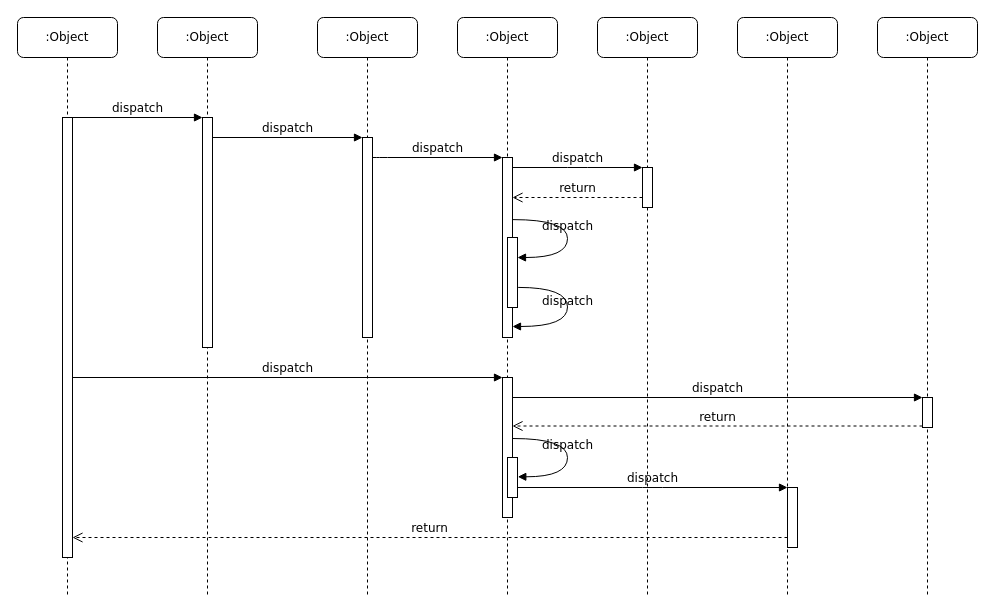
Earlier version of the draw.io diagram sequence Diagram.drawio (Arxonus/Programms). Source tidied: cells renumbered, new cells numbered last; positions are measured from the earlier drawing's top-left corner, leaving out a move shared by most shapes. Both pictures are drawn from the tidied source at 100%, with x=0, y=0 at pixel (17, 17).
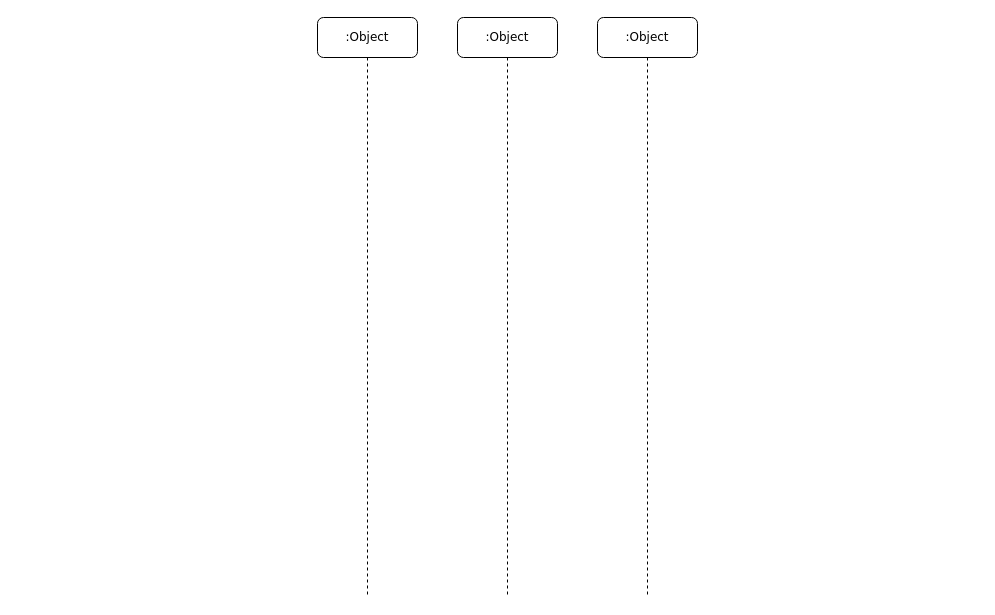
Above is the later version.

The change refers to these unchanged cells:
```xml
<mxCell id="4" value=":Object" style="shape=umlLifeline;perimeter=lifelinePerimeter;whiteSpace=wrap;html=1;rounded=1;shadow=0;comic=0;labelBackgroundColor=none;strokeWidth=1;fontFamily=Verdana;fontSize=12;align=center;" parent="1" vertex="1">
  <mxGeometry x="300" width="100" height="580" as="geometry" />
</mxCell>
```

What changed in the source:
```diff
@@
-    <mxCell id="2" value=":Object" style="shape=umlLifeline;perimeter=lifelinePerimeter;whiteSpace=wrap;html=1;rounded=1;shadow=0;comic=0;labelBackgroundColor=none;strokeWidth=1;fontFamily=Verdana;fontSize=12;align=center;" parent="1" vertex="1">
-      <mxGeometry x="140" width="100" height="580" as="geometry" />
-    </mxCell>
-    <mxCell id="3" style="html=1;points=[];perimeter=orthogonalPerimeter;rounded=0;shadow=0;comic=0;labelBackgroundColor=none;strokeWidth=1;fontFamily=Verdana;fontSize=12;align=center;" parent="2" vertex="1">
-      <mxGeometry x="45" y="100" width="10" height="230" as="geometry" />
-    </mxCell>
@@
-    <mxCell id="5" style="html=1;points=[];perimeter=orthogonalPerimeter;rounded=0;shadow=0;comic=0;labelBackgroundColor=none;strokeWidth=1;fontFamily=Verdana;fontSize=12;align=center;" parent="4" vertex="1">
-      <mxGeometry x="45" y="120" width="10" height="200" as="geometry" />
-    </mxCell>
@@
-    <mxCell id="8" value=":Object" style="shape=umlLifeline;perimeter=lifelinePerimeter;whiteSpace=wrap;html=1;rounded=1;shadow=0;comic=0;labelBackgroundColor=none;strokeWidth=1;fontFamily=Verdana;fontSize=12;align=center;" parent="1" vertex="1">
-      <mxGeometry x="720" width="100" height="580" as="geometry" />
-    </mxCell>
-    <mxCell id="9" value=":Object" style="shape=umlLifeline;perimeter=lifelinePerimeter;whiteSpace=wrap;html=1;rounded=1;shadow=0;comic=0;labelBackgroundColor=none;strokeWidth=1;fontFamily=Verdana;fontSize=12;align=center;" parent="1" vertex="1">
-      <mxGeometry x="860" width="100" height="580" as="geometry" />
-    </mxCell>
-    <mxCell id="10" value=":Object" style="shape=umlLifeline;perimeter=lifelinePerimeter;whiteSpace=wrap;html=1;rounded=1;shadow=0;comic=0;labelBackgroundColor=none;strokeWidth=1;fontFamily=Verdana;fontSize=12;align=center;" parent="1" vertex="1">
-      <mxGeometry width="100" height="580" as="geometry" />
-    </mxCell>
-    <mxCell id="11" style="html=1;points=[];perimeter=orthogonalPerimeter;rounded=0;shadow=0;comic=0;labelBackgroundColor=none;strokeWidth=1;fontFamily=Verdana;fontSize=12;align=center;" parent="10" vertex="1">
-      <mxGeometry x="45" y="100" width="10" height="440" as="geometry" />
-    </mxCell>
-    <mxCell id="12" style="html=1;points=[];perimeter=orthogonalPerimeter;rounded=0;shadow=0;comic=0;labelBackgroundColor=none;strokeWidth=1;fontFamily=Verdana;fontSize=12;align=center;" parent="1" vertex="1">
-      <mxGeometry x="485" y="140" width="10" height="180" as="geometry" />
-    </mxCell>
-    <mxCell id="13" value="dispatch" style="html=1;verticalAlign=bottom;endArrow=block;labelBackgroundColor=none;fontFamily=Verdana;fontSize=12;edgeStyle=elbowEdgeStyle;elbow=vertical;" parent="1" edge="1" source="5" target="12">
-      <mxGeometry relative="1" as="geometry">
-        <Array as="points">
-          <mxPoint x="360" y="140" />
-        </Array>
-      </mxGeometry>
-    </mxCell>
-    <mxCell id="14" style="html=1;points=[];perimeter=orthogonalPerimeter;rounded=0;shadow=0;comic=0;labelBackgroundColor=none;strokeWidth=1;fontFamily=Verdana;fontSize=12;align=center;" parent="1" vertex="1">
-      <mxGeometry x="625" y="150" width="10" height="40" as="geometry" />
-    </mxCell>
-    <mxCell id="15" value="dispatch" style="html=1;verticalAlign=bottom;endArrow=block;entryX=0;entryY=0;labelBackgroundColor=none;fontFamily=Verdana;fontSize=12;edgeStyle=elbowEdgeStyle;elbow=vertical;" parent="1" edge="1" source="12" target="14">
-      <mxGeometry relative="1" as="geometry" />
-    </mxCell>
-    <mxCell id="16" value="return" style="html=1;verticalAlign=bottom;endArrow=open;dashed=1;endSize=8;labelBackgroundColor=none;fontFamily=Verdana;fontSize=12;edgeStyle=elbowEdgeStyle;elbow=vertical;" parent="1" edge="1" source="14" target="12">
-      <mxGeometry relative="1" as="geometry">
-        <Array as="points">
-          <mxPoint x="570" y="180" />
-          <mxPoint x="600" y="180" />
-        </Array>
-      </mxGeometry>
-    </mxCell>
-    <mxCell id="17" style="html=1;points=[];perimeter=orthogonalPerimeter;rounded=0;shadow=0;comic=0;labelBackgroundColor=none;strokeWidth=1;fontFamily=Verdana;fontSize=12;align=center;" parent="1" vertex="1">
-      <mxGeometry x="485" y="360" width="10" height="140" as="geometry" />
-    </mxCell>
-    <mxCell id="18" value="dispatch" style="html=1;verticalAlign=bottom;endArrow=block;entryX=0;entryY=0;labelBackgroundColor=none;fontFamily=Verdana;fontSize=12;" parent="1" edge="1" source="11" target="17">
-      <mxGeometry relative="1" as="geometry" />
-    </mxCell>
-    <mxCell id="19" style="html=1;points=[];perimeter=orthogonalPerimeter;rounded=0;shadow=0;comic=0;labelBackgroundColor=none;strokeColor=#000000;strokeWidth=1;fillColor=#FFFFFF;fontFamily=Verdana;fontSize=12;fontColor=#000000;align=center;" parent="1" vertex="1">
-      <mxGeometry x="905" y="380" width="10" height="30" as="geometry" />
-    </mxCell>
-    <mxCell id="20" value="dispatch" style="html=1;verticalAlign=bottom;endArrow=block;entryX=0;entryY=0;labelBackgroundColor=none;fontFamily=Verdana;fontSize=12;" parent="1" edge="1" source="17" target="19">
-      <mxGeometry relative="1" as="geometry" />
-    </mxCell>
-    <mxCell id="21" value="return" style="html=1;verticalAlign=bottom;endArrow=open;dashed=1;endSize=8;exitX=0;exitY=0.95;labelBackgroundColor=none;fontFamily=Verdana;fontSize=12;" parent="1" edge="1" source="19" target="17">
-      <mxGeometry relative="1" as="geometry" />
-    </mxCell>
-    <mxCell id="22" style="html=1;points=[];perimeter=orthogonalPerimeter;rounded=0;shadow=0;comic=0;labelBackgroundColor=none;strokeWidth=1;fontFamily=Verdana;fontSize=12;align=center;" parent="1" vertex="1">
-      <mxGeometry x="770" y="470" width="10" height="60" as="geometry" />
-    </mxCell>
-    <mxCell id="23" value="dispatch" style="html=1;verticalAlign=bottom;endArrow=block;entryX=0;entryY=0;labelBackgroundColor=none;fontFamily=Verdana;fontSize=12;edgeStyle=elbowEdgeStyle;elbow=vertical;" parent="1" edge="1" source="30" target="22">
-      <mxGeometry relative="1" as="geometry" />
-    </mxCell>
-    <mxCell id="24" value="return" style="html=1;verticalAlign=bottom;endArrow=open;dashed=1;endSize=8;labelBackgroundColor=none;fontFamily=Verdana;fontSize=12;edgeStyle=elbowEdgeStyle;elbow=vertical;" parent="1" edge="1" source="22" target="11">
-      <mxGeometry relative="1" as="geometry">
-        <Array as="points">
-          <mxPoint x="470" y="520" />
-        </Array>
-      </mxGeometry>
-    </mxCell>
-    <mxCell id="25" value="dispatch" style="html=1;verticalAlign=bottom;endArrow=block;entryX=0;entryY=0;labelBackgroundColor=none;fontFamily=Verdana;fontSize=12;edgeStyle=elbowEdgeStyle;elbow=vertical;" parent="1" edge="1" source="11" target="3">
-      <mxGeometry relative="1" as="geometry" />
-    </mxCell>
-    <mxCell id="26" value="dispatch" style="html=1;verticalAlign=bottom;endArrow=block;entryX=0;entryY=0;labelBackgroundColor=none;fontFamily=Verdana;fontSize=12;edgeStyle=elbowEdgeStyle;elbow=vertical;" parent="1" edge="1" source="3" target="5">
-      <mxGeometry relative="1" as="geometry" />
-    </mxCell>
-    <mxCell id="27" style="html=1;points=[];perimeter=orthogonalPerimeter;rounded=0;shadow=0;comic=0;labelBackgroundColor=none;strokeWidth=1;fontFamily=Verdana;fontSize=12;align=center;" parent="1" vertex="1">
-      <mxGeometry x="490" y="220" width="10" height="70" as="geometry" />
-    </mxCell>
-    <mxCell id="28" value="dispatch" style="html=1;verticalAlign=bottom;endArrow=block;labelBackgroundColor=none;fontFamily=Verdana;fontSize=12;elbow=vertical;edgeStyle=orthogonalEdgeStyle;curved=1;entryX=1;entryY=0.286;entryPerimeter=0;exitX=1.038;exitY=0.345;exitPerimeter=0;" parent="1" edge="1" source="12" target="27">
-      <mxGeometry relative="1" as="geometry">
-        <Array as="points">
-          <mxPoint x="550" y="202" />
-          <mxPoint x="550" y="240" />
-        </Array>
-      </mxGeometry>
-    </mxCell>
-    <mxCell id="29" value="dispatch" style="html=1;verticalAlign=bottom;endArrow=block;labelBackgroundColor=none;fontFamily=Verdana;fontSize=12;elbow=vertical;edgeStyle=orthogonalEdgeStyle;curved=1;exitX=1.066;exitY=0.713;exitPerimeter=0;" parent="1" edge="1" source="27">
-      <mxGeometry relative="1" as="geometry">
-        <mxPoint x="495" y="309" as="targetPoint" />
-        <Array as="points">
-          <mxPoint x="550" y="270" />
-          <mxPoint x="550" y="309" />
-        </Array>
-      </mxGeometry>
-    </mxCell>
-    <mxCell id="30" style="html=1;points=[];perimeter=orthogonalPerimeter;rounded=0;shadow=0;comic=0;labelBackgroundColor=none;strokeWidth=1;fontFamily=Verdana;fontSize=12;align=center;" parent="1" vertex="1">
-      <mxGeometry x="490" y="440" width="10" height="40" as="geometry" />
-    </mxCell>
-    <mxCell id="31" value="dispatch" style="html=1;verticalAlign=bottom;endArrow=block;labelBackgroundColor=none;fontFamily=Verdana;fontSize=12;elbow=vertical;edgeStyle=orthogonalEdgeStyle;curved=1;entryX=1;entryY=0.286;entryPerimeter=0;exitX=1.038;exitY=0.345;exitPerimeter=0;" parent="1" edge="1">
-      <mxGeometry relative="1" as="geometry">
-        <mxPoint x="495.3" y="421" as="sourcePoint" />
-        <mxPoint x="500.3" y="459.3" as="targetPoint" />
-        <Array as="points">
-          <mxPoint x="550" y="421" />
-          <mxPoint x="550" y="459" />
-        </Array>
-      </mxGeometry>
-    </mxCell>
```
